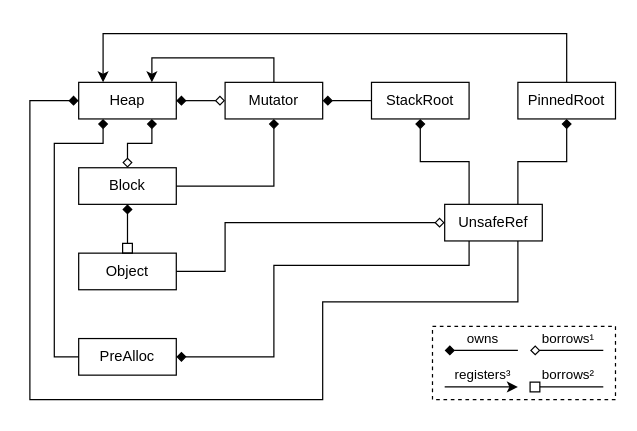
zopsicle/snowflake keeps this draw.io diagram as icicle-core/src/heap/diagram.drawio. Above is the earlier version. Source tidied: cells renumbered, new cells numbered last; positions are measured from the earlier drawing's top-left corner, leaving out a move shared by most shapes. Both pictures are drawn from the tidied source at 122%, with x=0, y=0 at pixel (29, 33).
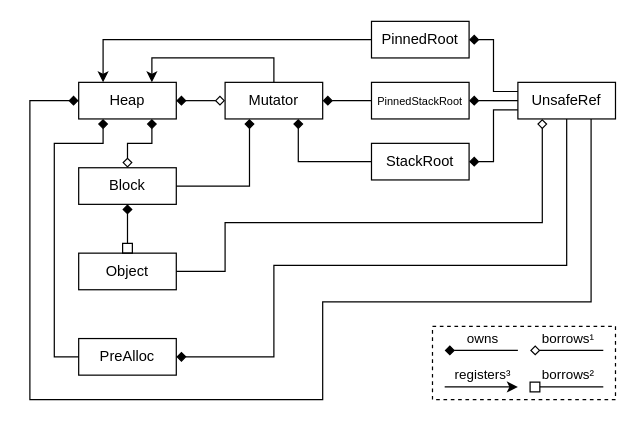
The same diagram, later.

Unchanged cells that the change refers to:
```xml
<mxCell id="2" value="Heap&lt;br&gt;" style="rounded=0;whiteSpace=wrap;html=1;align=center;verticalAlign=middle;fillColor=none;" parent="1" vertex="1">
  <mxGeometry x="40" y="40" width="80" height="30" as="geometry" />
</mxCell>
<mxCell id="10" value="Mutator" style="rounded=0;whiteSpace=wrap;html=1;align=center;verticalAlign=middle;fillColor=none;" parent="1" vertex="1">
  <mxGeometry x="160" y="40" width="80" height="30" as="geometry" />
</mxCell>
<mxCell id="14" value="Block" style="rounded=0;whiteSpace=wrap;html=1;align=center;verticalAlign=middle;fillColor=none;" parent="1" vertex="1">
  <mxGeometry x="40" y="110" width="80" height="30" as="geometry" />
</mxCell>
<mxCell id="15" value="Object" style="rounded=0;whiteSpace=wrap;html=1;align=center;verticalAlign=middle;fillColor=none;" parent="1" vertex="1">
  <mxGeometry x="40" y="180" width="80" height="30" as="geometry" />
</mxCell>
<mxCell id="27" value="PreAlloc" style="rounded=0;whiteSpace=wrap;html=1;align=center;verticalAlign=middle;fillColor=none;" parent="1" vertex="1">
  <mxGeometry x="40" y="250" width="80" height="30" as="geometry" />
</mxCell>
```

Change to the diagram source:
```diff
@@
     <mxCell id="4" value="UnsafeRef" style="rounded=0;whiteSpace=wrap;html=1;align=center;verticalAlign=middle;fillColor=none;" parent="1" vertex="1">
-      <mxGeometry x="340" y="140" width="80" height="30" as="geometry" />
+      <mxGeometry x="400" y="40" width="80" height="30" as="geometry" />
     </mxCell>
     <mxCell id="5" value="PinnedRoot" style="rounded=0;whiteSpace=wrap;html=1;align=center;verticalAlign=middle;fillColor=none;" parent="1" vertex="1">
-      <mxGeometry x="400" y="40" width="80" height="30" as="geometry" />
+      <mxGeometry x="280" y="-10" width="80" height="30" as="geometry" />
     </mxCell>
     <mxCell id="6" value="StackRoot" style="rounded=0;whiteSpace=wrap;html=1;align=center;verticalAlign=middle;fillColor=none;" parent="1" vertex="1">
-      <mxGeometry x="280" y="40" width="80" height="30" as="geometry" />
+      <mxGeometry x="280" y="90" width="80" height="30" as="geometry" />
     </mxCell>
-    <mxCell id="7" style="endArrow=none;html=1;rounded=0;elbow=vertical;entryX=0.25;entryY=0;entryDx=0;entryDy=0;endFill=0;edgeStyle=orthogonalEdgeStyle;exitX=0.5;exitY=1;exitDx=0;exitDy=0;startArrow=diamond;startFill=1;" parent="1" edge="1" source="6" target="4">
+    <mxCell id="7" style="endArrow=none;html=1;rounded=0;elbow=vertical;entryX=0;entryY=0.75;entryDx=0;entryDy=0;endFill=0;edgeStyle=orthogonalEdgeStyle;exitX=1;exitY=0.5;exitDx=0;exitDy=0;startArrow=diamond;startFill=1;" parent="1" edge="1" source="6" target="4">
       <mxGeometry relative="1" as="geometry" />
     </mxCell>
-    <mxCell id="8" style="endArrow=none;html=1;rounded=0;elbow=vertical;exitX=0.5;exitY=1;exitDx=0;exitDy=0;entryX=0.75;entryY=0;entryDx=0;entryDy=0;endFill=0;edgeStyle=orthogonalEdgeStyle;startArrow=diamond;startFill=1;" parent="1" edge="1" source="5" target="4">
+    <mxCell id="8" style="endArrow=none;html=1;rounded=0;elbow=vertical;exitX=1;exitY=0.5;exitDx=0;exitDy=0;entryX=0;entryY=0.25;entryDx=0;entryDy=0;endFill=0;edgeStyle=orthogonalEdgeStyle;startArrow=diamond;startFill=1;" parent="1" edge="1" source="5" target="4">
       <mxGeometry relative="1" as="geometry" />
     </mxCell>
-    <mxCell id="9" style="endArrow=none;html=1;rounded=0;elbow=vertical;entryX=1;entryY=0.5;entryDx=0;entryDy=0;startArrow=diamond;startFill=0;edgeStyle=orthogonalEdgeStyle;exitX=0;exitY=0.5;exitDx=0;exitDy=0;" parent="1" edge="1" source="4" target="15">
+    <mxCell id="9" style="endArrow=none;html=1;rounded=0;elbow=vertical;entryX=1;entryY=0.5;entryDx=0;entryDy=0;startArrow=diamond;startFill=0;edgeStyle=orthogonalEdgeStyle;exitX=0.25;exitY=1;exitDx=0;exitDy=0;" parent="1" edge="1" source="4" target="15">
       <mxGeometry relative="1" as="geometry">
         <Array as="points">
+          <mxPoint x="420" y="155" />
           <mxPoint x="160" y="155" />
           <mxPoint x="160" y="195" />
         </Array>
       </mxGeometry>
     </mxCell>
@@
-    <mxCell id="11" style="endArrow=none;html=1;rounded=0;elbow=vertical;entryX=0;entryY=0.5;entryDx=0;entryDy=0;startArrow=diamond;startFill=1;exitX=1;exitY=0.5;exitDx=0;exitDy=0;edgeStyle=orthogonalEdgeStyle;" parent="1" edge="1" source="10" target="6">
+    <mxCell id="11" style="endArrow=none;html=1;rounded=0;elbow=vertical;entryX=0;entryY=0.5;entryDx=0;entryDy=0;startArrow=diamond;startFill=1;exitX=0.75;exitY=1;exitDx=0;exitDy=0;edgeStyle=orthogonalEdgeStyle;" parent="1" edge="1" source="10" target="6">
       <mxGeometry relative="1" as="geometry" />
     </mxCell>
@@
-    <mxCell id="13" style="endArrow=none;html=1;rounded=0;elbow=vertical;entryX=0.5;entryY=0;entryDx=0;entryDy=0;startArrow=classic;startFill=1;exitX=0.25;exitY=0;exitDx=0;exitDy=0;edgeStyle=orthogonalEdgeStyle;endFill=0;" parent="1" edge="1" source="2" target="5">
-      <mxGeometry relative="1" as="geometry">
-        <Array as="points">
-          <mxPoint x="60" />
-          <mxPoint x="440" />
-        </Array>
-      </mxGeometry>
+    <mxCell id="13" style="endArrow=none;html=1;rounded=0;elbow=vertical;entryX=0;entryY=0.5;entryDx=0;entryDy=0;startArrow=classic;startFill=1;exitX=0.25;exitY=0;exitDx=0;exitDy=0;edgeStyle=orthogonalEdgeStyle;endFill=0;" parent="1" edge="1" source="2" target="5">
+      <mxGeometry relative="1" as="geometry" />
     </mxCell>
@@
-    <mxCell id="17" style="endArrow=diamond;html=1;rounded=0;elbow=vertical;entryX=0.5;entryY=1;entryDx=0;entryDy=0;startArrow=none;startFill=0;exitX=1;exitY=0.5;exitDx=0;exitDy=0;edgeStyle=orthogonalEdgeStyle;endFill=1;" parent="1" edge="1" source="14" target="10">
+    <mxCell id="17" style="endArrow=diamond;html=1;rounded=0;elbow=vertical;entryX=0.25;entryY=1;entryDx=0;entryDy=0;startArrow=none;startFill=0;exitX=1;exitY=0.5;exitDx=0;exitDy=0;edgeStyle=orthogonalEdgeStyle;endFill=1;" parent="1" edge="1" source="14" target="10">
       <mxGeometry relative="1" as="geometry" />
     </mxCell>
@@
-    <mxCell id="28" style="endArrow=none;html=1;rounded=0;elbow=vertical;entryX=0.25;entryY=1;entryDx=0;entryDy=0;startArrow=diamond;startFill=1;exitX=1;exitY=0.5;exitDx=0;exitDy=0;edgeStyle=orthogonalEdgeStyle;" parent="1" edge="1" source="27" target="4">
+    <mxCell id="28" style="endArrow=none;html=1;rounded=0;elbow=vertical;entryX=0.5;entryY=1;entryDx=0;entryDy=0;startArrow=diamond;startFill=1;exitX=1;exitY=0.5;exitDx=0;exitDy=0;edgeStyle=orthogonalEdgeStyle;" parent="1" edge="1" source="27" target="4">
       <mxGeometry relative="1" as="geometry">
         <Array as="points">
           <mxPoint x="200" y="265" />
           <mxPoint x="200" y="190" />
-          <mxPoint x="360" y="190" />
+          <mxPoint x="440" y="190" />
         </Array>
       </mxGeometry>
     </mxCell>
@@
     <mxCell id="31" style="endArrow=none;html=1;rounded=0;elbow=vertical;entryX=0.75;entryY=1;entryDx=0;entryDy=0;startArrow=diamond;startFill=1;exitX=0;exitY=0.5;exitDx=0;exitDy=0;edgeStyle=orthogonalEdgeStyle;" parent="1" edge="1" source="2" target="4">
       <mxGeometry relative="1" as="geometry">
         <Array as="points">
           <mxPoint y="55" />
           <mxPoint y="300" />
           <mxPoint x="240" y="300" />
           <mxPoint x="240" y="220" />
-          <mxPoint x="400" y="220" />
+          <mxPoint x="460" y="220" />
         </Array>
       </mxGeometry>
     </mxCell>
+    <mxCell id="32" value="&lt;font style=&quot;font-size: 9px&quot;&gt;PinnedStackRoot&lt;/font&gt;" style="rounded=0;whiteSpace=wrap;html=1;align=center;verticalAlign=middle;fillColor=none;" parent="1" vertex="1">
+      <mxGeometry x="280" y="40" width="80" height="30" as="geometry" />
+    </mxCell>
+    <mxCell id="33" style="endArrow=none;html=1;rounded=0;elbow=vertical;entryX=0;entryY=0.5;entryDx=0;entryDy=0;endFill=0;edgeStyle=orthogonalEdgeStyle;exitX=1;exitY=0.5;exitDx=0;exitDy=0;startArrow=diamond;startFill=1;" parent="1" edge="1" source="32" target="4">
+      <mxGeometry relative="1" as="geometry" />
+    </mxCell>
+    <mxCell id="34" style="endArrow=none;html=1;rounded=0;elbow=vertical;entryX=0;entryY=0.5;entryDx=0;entryDy=0;startArrow=diamond;startFill=1;exitX=1;exitY=0.5;exitDx=0;exitDy=0;edgeStyle=orthogonalEdgeStyle;" parent="1" edge="1" source="10" target="32">
+      <mxGeometry relative="1" as="geometry" />
+    </mxCell>
```
